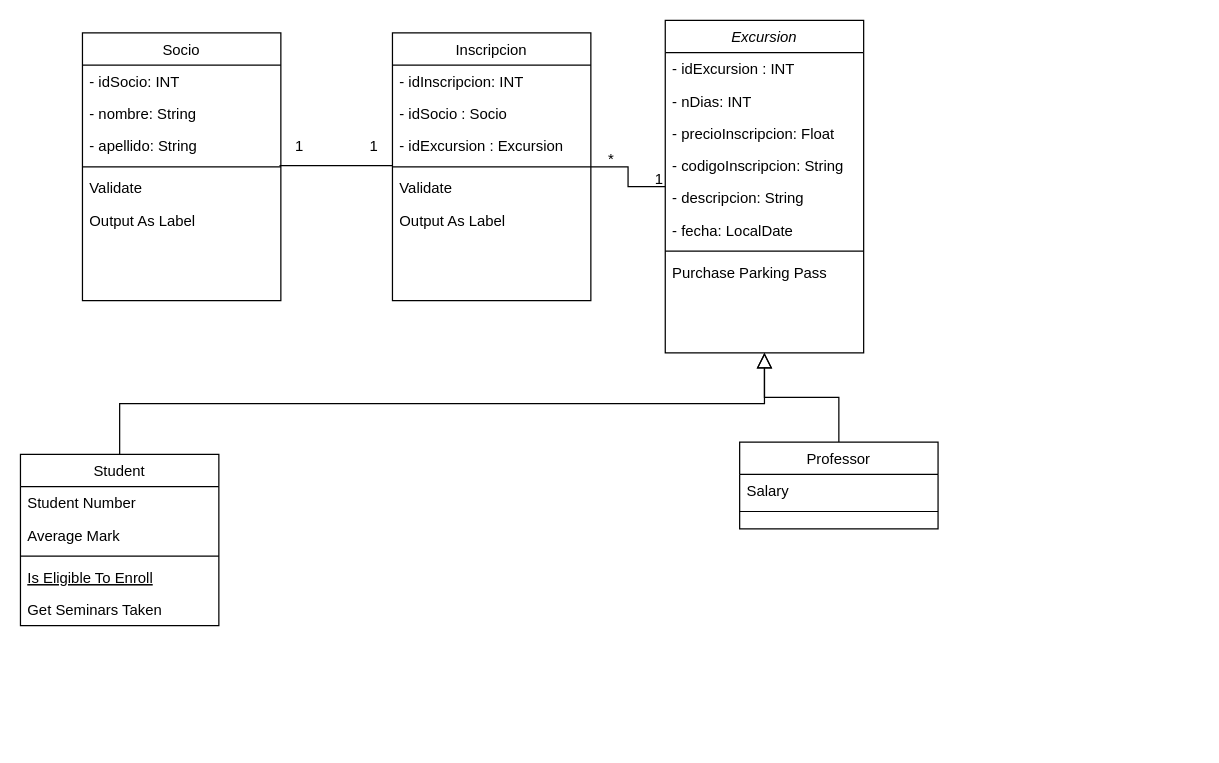
Above: Diagrama -Diego/Diagrama sin título.drawio in dadd86/The-Javengers---IntellJ (draw.io), before the change. Source tidied: cells renumbered, new cells numbered last; positions are measured from the earlier drawing's top-left corner, leaving out a move shared by most shapes. Both pictures are drawn from the tidied source at 124%, with x=0, y=0 at pixel (20, 20).
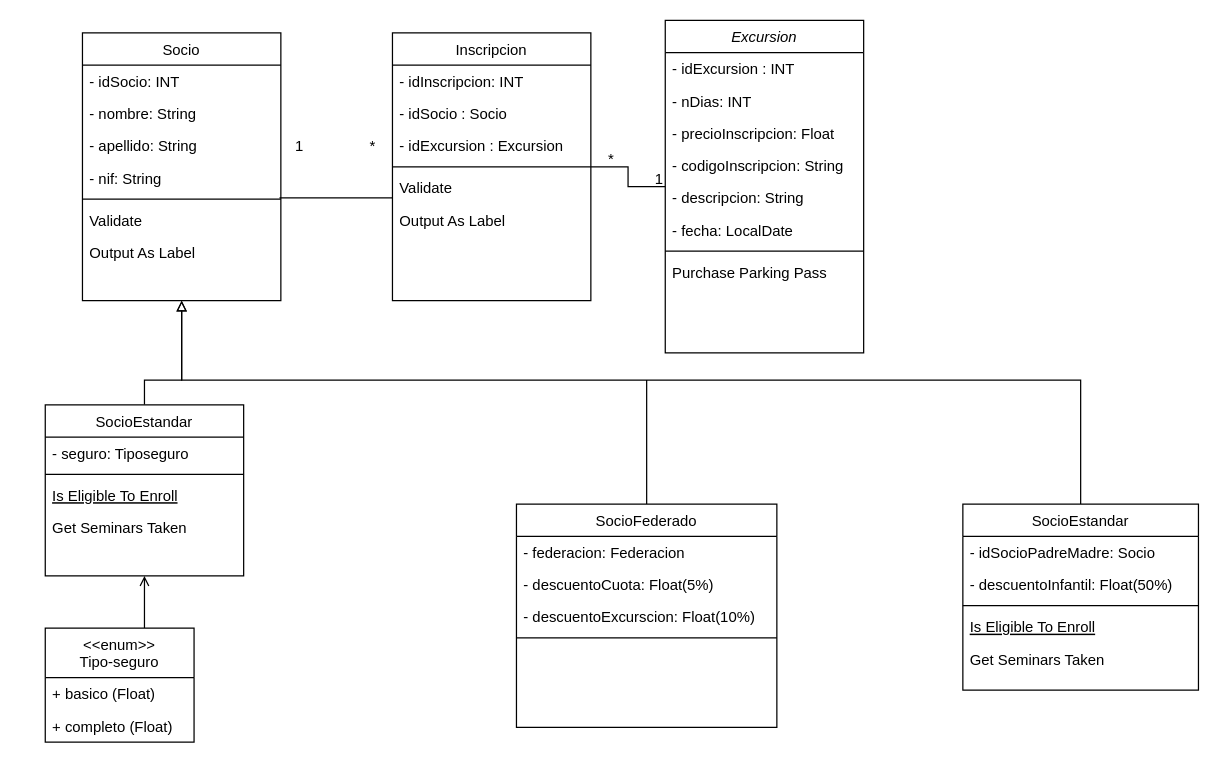
The same page after the edit.

The change refers to these unchanged cells:
```xml
<mxCell id="2" value="Excursion&#10;" style="swimlane;fontStyle=2;align=center;verticalAlign=top;horizontal=1;startSize=26;rounded=0;shadow=0;strokeWidth=1;" parent="1" vertex="1">
  <mxGeometry x="520" width="160" height="268" as="geometry" />
</mxCell>
<mxCell id="33" value="Socio" style="swimlane;fontStyle=0;align=center;verticalAlign=top;horizontal=1;startSize=26;rounded=0;shadow=0;strokeWidth=1;" parent="1" vertex="1">
  <mxGeometry x="50" y="10" width="160" height="216" as="geometry" />
</mxCell>
```

Change to the diagram source:
```diff
@@
+    <mxCell id="42" style="edgeStyle=orthogonalEdgeStyle;rounded=0;jettySize=auto;html=1;entryX=0.5;entryY=1;entryDx=0;entryDy=0;endArrow=open;endFill=0;" parent="1" edge="1" source="11" target="57">
+      <mxGeometry relative="1" as="geometry">
+        <Array as="points">
+          <mxPoint x="80" y="520" />
+          <mxPoint x="100" y="520" />
+        </Array>
+      </mxGeometry>
+    </mxCell>
-    <mxCell id="11" value="Student" style="swimlane;fontStyle=0;align=center;verticalAlign=top;horizontal=1;startSize=26;rounded=0;shadow=0;strokeWidth=1;" parent="1" vertex="1">
-      <mxGeometry y="350" width="160" height="138" as="geometry" />
+    <mxCell id="11" value="&lt;&lt;enum&gt;&gt;&#10;Tipo-seguro" style="swimlane;fontStyle=0;align=center;verticalAlign=top;horizontal=1;startSize=40;rounded=0;shadow=0;strokeWidth=1;" parent="1" vertex="1">
+      <mxGeometry x="20" y="490" width="120" height="92" as="geometry" />
     </mxCell>
-    <mxCell id="12" value="Student Number" style="text;align=left;verticalAlign=top;spacingLeft=4;spacingRight=4;overflow=hidden;" parent="11" vertex="1">
-      <mxGeometry y="26" width="160" height="26" as="geometry" />
-    </mxCell>
-    <mxCell id="13" value="Average Mark" style="text;align=left;verticalAlign=top;spacingLeft=4;spacingRight=4;overflow=hidden;rounded=0;shadow=0;html=0;" parent="11" vertex="1">
-      <mxGeometry y="52" width="160" height="26" as="geometry" />
+    <mxCell id="13" value="+ basico (Float)" style="text;align=left;verticalAlign=top;spacingLeft=4;spacingRight=4;overflow=hidden;rounded=0;shadow=0;html=0;" parent="11" vertex="1">
+      <mxGeometry y="40" width="120" height="26" as="geometry" />
     </mxCell>
-    <mxCell id="14" style="line;html=1;strokeWidth=1;align=left;verticalAlign=middle;spacingTop=-1;spacingLeft=3;spacingRight=3;labelPosition=right;" parent="11" vertex="1">
-      <mxGeometry y="78" width="160" height="8" as="geometry" />
-    </mxCell>
-    <mxCell id="15" value="Is Eligible To Enroll" style="text;align=left;verticalAlign=top;spacingLeft=4;spacingRight=4;overflow=hidden;fontStyle=4;" parent="11" vertex="1">
-      <mxGeometry y="86" width="160" height="26" as="geometry" />
-    </mxCell>
-    <mxCell id="16" value="Get Seminars Taken" style="text;align=left;verticalAlign=top;spacingLeft=4;spacingRight=4;overflow=hidden;" parent="11" vertex="1">
-      <mxGeometry y="112" width="160" height="26" as="geometry" />
-    </mxCell>
-    <mxCell id="17" style="endArrow=block;endSize=10;endFill=0;shadow=0;strokeWidth=1;rounded=0;curved=0;edgeStyle=elbowEdgeStyle;elbow=vertical;" parent="1" edge="1" source="11" target="2">
-      <mxGeometry relative="1" as="geometry" />
-    </mxCell>
+    <mxCell id="43" value="+ completo (Float)" style="text;align=left;verticalAlign=top;spacingLeft=4;spacingRight=4;overflow=hidden;rounded=0;shadow=0;html=0;" parent="11" vertex="1">
+      <mxGeometry y="66" width="120" height="26" as="geometry" />
+    </mxCell>
+    <mxCell id="44" style="edgeStyle=orthogonalEdgeStyle;rounded=0;jettySize=auto;html=1;exitX=0.5;exitY=0;exitDx=0;exitDy=0;endArrow=none;endFill=0;" parent="1" edge="1" source="18">
+      <mxGeometry relative="1" as="geometry">
+        <mxPoint x="505" y="290" as="targetPoint" />
+        <Array as="points">
+          <mxPoint x="505" y="290" />
+        </Array>
+      </mxGeometry>
+    </mxCell>
-    <mxCell id="18" value="Professor" style="swimlane;fontStyle=0;align=center;verticalAlign=top;horizontal=1;startSize=26;rounded=0;shadow=0;strokeWidth=1;" parent="1" vertex="1">
-      <mxGeometry x="580" y="340" width="160" height="70" as="geometry" />
+    <mxCell id="18" value="SocioFederado" style="swimlane;fontStyle=0;align=center;verticalAlign=top;horizontal=1;startSize=26;rounded=0;shadow=0;strokeWidth=1;" parent="1" vertex="1">
+      <mxGeometry x="400" y="390" width="210" height="180" as="geometry" />
     </mxCell>
-    <mxCell id="19" value="Salary" style="text;align=left;verticalAlign=top;spacingLeft=4;spacingRight=4;overflow=hidden;" parent="18" vertex="1">
-      <mxGeometry y="26" width="160" height="26" as="geometry" />
-    </mxCell>
+    <mxCell id="45" value="- federacion: Federacion" style="text;align=left;verticalAlign=top;spacingLeft=4;spacingRight=4;overflow=hidden;" parent="18" vertex="1">
+      <mxGeometry y="26" width="210" height="26" as="geometry" />
+    </mxCell>
+    <mxCell id="46" value="- descuentoCuota: Float(5%)" style="text;align=left;verticalAlign=top;spacingLeft=4;spacingRight=4;overflow=hidden;" parent="18" vertex="1">
+      <mxGeometry y="52" width="210" height="26" as="geometry" />
+    </mxCell>
+    <mxCell id="47" value="- descuentoExcurscion: Float(10%)" style="text;align=left;verticalAlign=top;spacingLeft=4;spacingRight=4;overflow=hidden;" parent="18" vertex="1">
+      <mxGeometry y="78" width="210" height="26" as="geometry" />
+    </mxCell>
     <mxCell id="20" style="line;html=1;strokeWidth=1;align=left;verticalAlign=middle;spacingTop=-1;spacingLeft=3;spacingRight=3;labelPosition=right;" parent="18" vertex="1">
-      <mxGeometry y="52" width="160" height="8" as="geometry" />
+      <mxGeometry y="104" width="210" height="8" as="geometry" />
     </mxCell>
-    <mxCell id="21" style="endArrow=block;endSize=10;endFill=0;shadow=0;strokeWidth=1;rounded=0;curved=0;edgeStyle=elbowEdgeStyle;elbow=vertical;" parent="1" edge="1" source="18" target="2">
-      <mxGeometry relative="1" as="geometry" />
-    </mxCell>
@@
+    <mxCell id="48" value="- nif: String" style="text;align=left;verticalAlign=top;spacingLeft=4;spacingRight=4;overflow=hidden;" parent="33" vertex="1">
+      <mxGeometry y="104" width="160" height="26" as="geometry" />
+    </mxCell>
     <mxCell id="37" style="line;html=1;strokeWidth=1;align=left;verticalAlign=middle;spacingTop=-1;spacingLeft=3;spacingRight=3;labelPosition=right;points=[];portConstraint=eastwest;" parent="33" vertex="1">
-      <mxGeometry y="104" width="160" height="8" as="geometry" />
+      <mxGeometry y="130" width="160" height="8" as="geometry" />
     </mxCell>
     <mxCell id="38" value="Validate" style="text;align=left;verticalAlign=top;spacingLeft=4;spacingRight=4;overflow=hidden;" parent="33" vertex="1">
-      <mxGeometry y="112" width="160" height="26" as="geometry" />
+      <mxGeometry y="138" width="160" height="26" as="geometry" />
     </mxCell>
     <mxCell id="39" value="Output As Label" style="text;align=left;verticalAlign=top;spacingLeft=4;spacingRight=4;overflow=hidden;" parent="33" vertex="1">
-      <mxGeometry y="138" width="160" height="26" as="geometry" />
+      <mxGeometry y="164" width="160" height="26" as="geometry" />
     </mxCell>
-    <mxCell id="40" value="1" style="align=left;verticalAlign=bottom;labelBackgroundColor=none;fontSize=12;" parent="1" vertex="1">
+    <mxCell id="40" value="*" style="align=left;verticalAlign=bottom;labelBackgroundColor=none;fontSize=12;" parent="1" vertex="1">
       <mxGeometry x="280" y="110" as="geometry" />
     </mxCell>
@@
+    <mxCell id="49" style="edgeStyle=orthogonalEdgeStyle;rounded=0;jettySize=auto;html=1;entryX=0.5;entryY=1;entryDx=0;entryDy=0;endArrow=block;endFill=0;exitX=0.5;exitY=0;exitDx=0;exitDy=0;" parent="1" edge="1" source="50" target="33">
+      <mxGeometry relative="1" as="geometry">
+        <Array as="points">
+          <mxPoint x="855" y="290" />
+          <mxPoint x="130" y="290" />
+        </Array>
+      </mxGeometry>
+    </mxCell>
+    <mxCell id="50" value="SocioEstandar" style="swimlane;fontStyle=0;align=center;verticalAlign=top;horizontal=1;startSize=26;rounded=0;shadow=0;strokeWidth=1;" parent="1" vertex="1">
+      <mxGeometry x="760" y="390" width="190" height="150" as="geometry" />
+    </mxCell>
+    <mxCell id="51" value="- idSocioPadreMadre: Socio" style="text;align=left;verticalAlign=top;spacingLeft=4;spacingRight=4;overflow=hidden;rounded=0;shadow=0;html=0;" parent="50" vertex="1">
+      <mxGeometry y="26" width="190" height="26" as="geometry" />
+    </mxCell>
+    <mxCell id="52" value="- descuentoInfantil: Float(50%)" style="text;align=left;verticalAlign=top;spacingLeft=4;spacingRight=4;overflow=hidden;rounded=0;shadow=0;html=0;" parent="50" vertex="1">
+      <mxGeometry y="52" width="190" height="26" as="geometry" />
+    </mxCell>
+    <mxCell id="53" style="line;html=1;strokeWidth=1;align=left;verticalAlign=middle;spacingTop=-1;spacingLeft=3;spacingRight=3;labelPosition=right;" parent="50" vertex="1">
+      <mxGeometry y="78" width="190" height="8" as="geometry" />
+    </mxCell>
+    <mxCell id="54" value="Is Eligible To Enroll" style="text;align=left;verticalAlign=top;spacingLeft=4;spacingRight=4;overflow=hidden;fontStyle=4;" parent="50" vertex="1">
+      <mxGeometry y="86" width="190" height="26" as="geometry" />
+    </mxCell>
+    <mxCell id="55" value="Get Seminars Taken" style="text;align=left;verticalAlign=top;spacingLeft=4;spacingRight=4;overflow=hidden;" parent="50" vertex="1">
+      <mxGeometry y="112" width="190" height="26" as="geometry" />
+    </mxCell>
+    <mxCell id="56" style="edgeStyle=orthogonalEdgeStyle;rounded=0;jettySize=auto;html=1;exitX=0.5;exitY=0;exitDx=0;exitDy=0;entryX=0.5;entryY=1;entryDx=0;entryDy=0;endArrow=block;endFill=0;" parent="1" edge="1" source="57" target="33">
+      <mxGeometry relative="1" as="geometry">
+        <Array as="points">
+          <mxPoint x="100" y="290" />
+          <mxPoint x="130" y="290" />
+        </Array>
+      </mxGeometry>
+    </mxCell>
+    <mxCell id="57" value="SocioEstandar" style="swimlane;fontStyle=0;align=center;verticalAlign=top;horizontal=1;startSize=26;rounded=0;shadow=0;strokeWidth=1;" parent="1" vertex="1">
+      <mxGeometry x="20" y="310" width="160" height="138" as="geometry" />
+    </mxCell>
+    <mxCell id="58" value="- seguro: Tiposeguro" style="text;align=left;verticalAlign=top;spacingLeft=4;spacingRight=4;overflow=hidden;rounded=0;shadow=0;html=0;" parent="57" vertex="1">
+      <mxGeometry y="26" width="160" height="26" as="geometry" />
+    </mxCell>
+    <mxCell id="59" style="line;html=1;strokeWidth=1;align=left;verticalAlign=middle;spacingTop=-1;spacingLeft=3;spacingRight=3;labelPosition=right;" parent="57" vertex="1">
+      <mxGeometry y="52" width="160" height="8" as="geometry" />
+    </mxCell>
+    <mxCell id="60" value="Is Eligible To Enroll" style="text;align=left;verticalAlign=top;spacingLeft=4;spacingRight=4;overflow=hidden;fontStyle=4;" parent="57" vertex="1">
+      <mxGeometry y="60" width="160" height="26" as="geometry" />
+    </mxCell>
+    <mxCell id="61" value="Get Seminars Taken" style="text;align=left;verticalAlign=top;spacingLeft=4;spacingRight=4;overflow=hidden;" parent="57" vertex="1">
+      <mxGeometry y="86" width="160" height="26" as="geometry" />
+    </mxCell>
```
